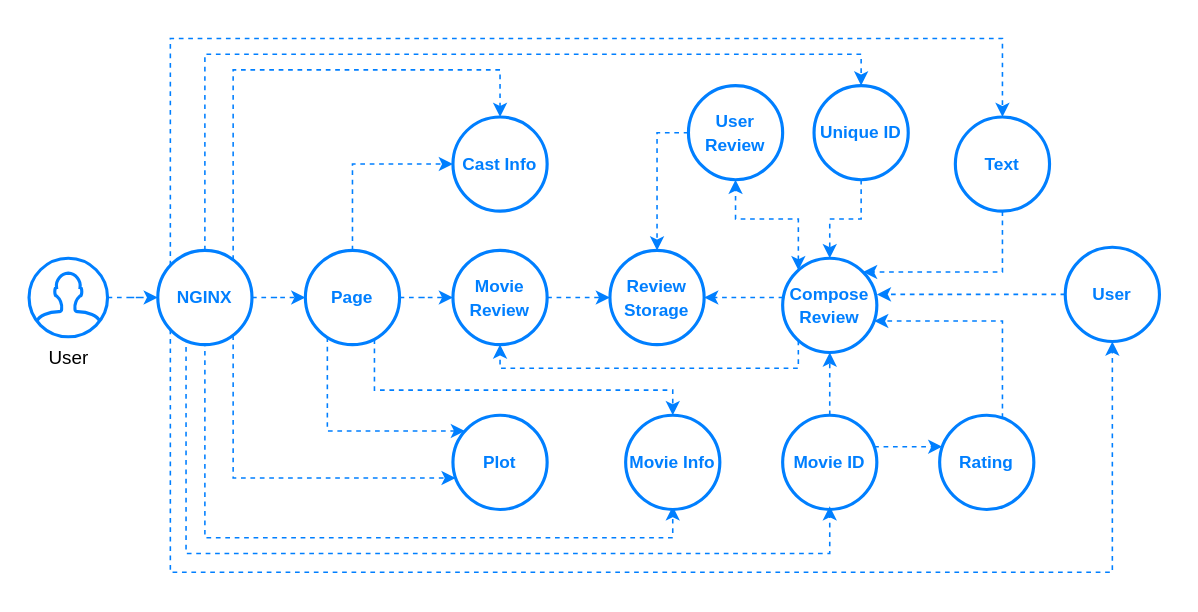
Earlier version of the draw.io diagram Media.drawio (danielfct/master-thesis). Source tidied: cells renumbered, new cells numbered last; positions are measured from the earlier drawing's top-left corner, leaving out a move shared by most shapes. Both pictures are drawn from the tidied source at 157%, with x=0, y=0 at pixel (28, 38). Pictures stored in the file or linked from it are replaced by grey dashed boxes.
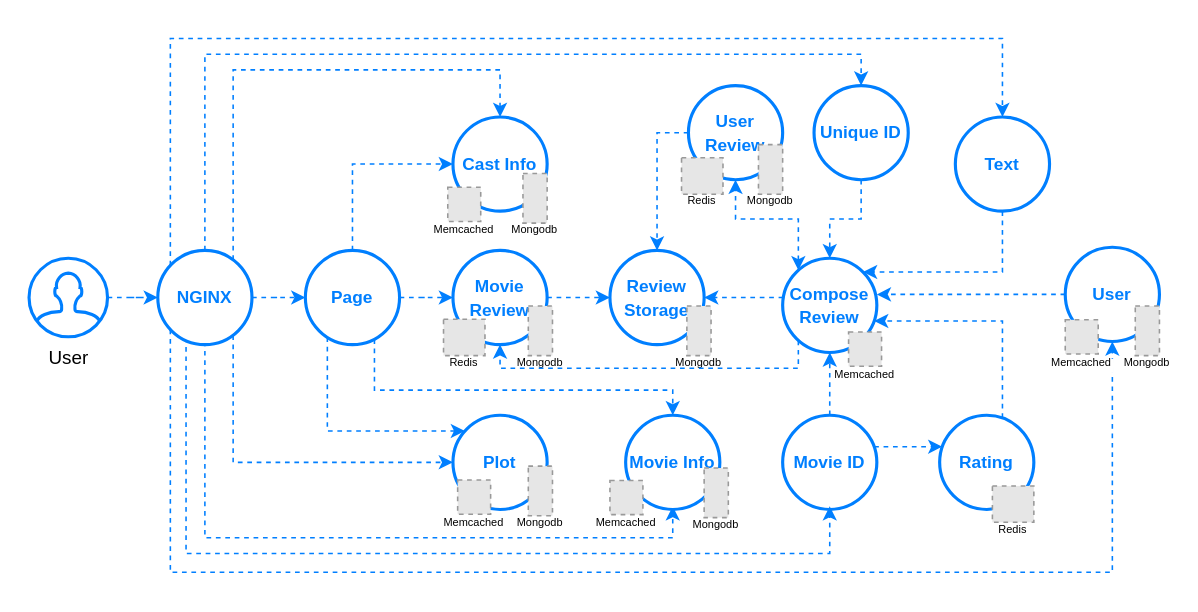
The same diagram, later.

The change refers to these unchanged cells:
```xml
<mxCell id="18" value="&lt;span style=&quot;font-size: 11px&quot;&gt;&lt;b&gt;&lt;font color=&quot;#007fff&quot;&gt;Compose Review&lt;/font&gt;&lt;/b&gt;&lt;/span&gt;" style="ellipse;whiteSpace=wrap;html=1;strokeWidth=2;strokeColor=#007FFF;" parent="1" vertex="1">
  <mxGeometry x="480" y="140" width="60" height="60" as="geometry" />
</mxCell>
<mxCell id="23" value="&lt;span style=&quot;font-size: 11px&quot;&gt;&lt;b&gt;&lt;font color=&quot;#007fff&quot;&gt;Movie Review&lt;/font&gt;&lt;/b&gt;&lt;/span&gt;" style="ellipse;whiteSpace=wrap;html=1;strokeWidth=2;strokeColor=#007FFF;" parent="1" vertex="1">
  <mxGeometry x="270" y="135" width="60" height="60" as="geometry" />
</mxCell>
<mxCell id="32" value="&lt;span style=&quot;font-size: 11px&quot;&gt;&lt;b&gt;&lt;font color=&quot;#007fff&quot;&gt;NGINX&lt;/font&gt;&lt;/b&gt;&lt;/span&gt;" style="ellipse;whiteSpace=wrap;html=1;strokeWidth=2;strokeColor=#007FFF;" parent="1" vertex="1">
  <mxGeometry x="82" y="135" width="60" height="60" as="geometry" />
</mxCell>
<mxCell id="34" value="&lt;span style=&quot;font-size: 11px&quot;&gt;&lt;b&gt;&lt;font color=&quot;#007fff&quot;&gt;Plot&lt;/font&gt;&lt;/b&gt;&lt;/span&gt;" style="ellipse;whiteSpace=wrap;html=1;strokeWidth=2;strokeColor=#007FFF;" parent="1" vertex="1">
  <mxGeometry x="270" y="240" width="60" height="60" as="geometry" />
</mxCell>
```

Diff of the diagram source:
```diff
@@
-    <mxCell id="17" style="edgeStyle=orthogonalEdgeStyle;rounded=0;jettySize=auto;html=1;dashed=1;strokeColor=#007FFF;" parent="1" edge="1" source="18" target="23">
-      <mxGeometry relative="1" as="geometry">
-        <Array as="points">
-          <mxPoint x="490" y="210" />
-          <mxPoint x="300" y="210" />
-        </Array>
-      </mxGeometry>
-    </mxCell>
@@
     <mxCell id="27" style="edgeStyle=orthogonalEdgeStyle;rounded=0;jettySize=auto;html=1;dashed=1;strokeColor=#007FFF;" parent="1" edge="1" source="32" target="34">
       <mxGeometry relative="1" as="geometry">
         <Array as="points">
-          <mxPoint x="130" y="280" />
+          <mxPoint x="130" y="270" />
         </Array>
       </mxGeometry>
     </mxCell>
@@
+    <mxCell id="41" value="Redis" style="fillColor=#E6E6E6;strokeColor=#999999;dashed=1;verticalLabelPosition=bottom;labelBackgroundColor=#ffffff;verticalAlign=top;spacing=-4;fontSize=7;" parent="1" vertex="1">
+      <mxGeometry x="613.6" y="285" width="26.4" height="23.2" as="geometry" />
+    </mxCell>
+    <mxCell id="42" value="Redis" style="fillColor=#E6E6E6;strokeColor=#999999;dashed=1;verticalLabelPosition=bottom;labelBackgroundColor=#ffffff;verticalAlign=top;spacing=-4;fontSize=7;" parent="1" vertex="1">
+      <mxGeometry x="415.6" y="76" width="26.4" height="23.2" as="geometry" />
+    </mxCell>
+    <mxCell id="43" value="Redis" style="fillColor=#E6E6E6;strokeColor=#999999;dashed=1;verticalLabelPosition=bottom;labelBackgroundColor=#ffffff;verticalAlign=top;spacing=-4;fontSize=7;" parent="1" vertex="1">
+      <mxGeometry x="264" y="178.8" width="26.4" height="23.2" as="geometry" />
+    </mxCell>
+    <mxCell id="44" value="Mongodb" style="fillColor=#E6E6E6;strokeColor=#999999;dashed=1;verticalLabelPosition=bottom;labelBackgroundColor=#ffffff;verticalAlign=top;spacing=-4;fontSize=7;" parent="1" vertex="1">
+      <mxGeometry x="430" y="273.6" width="15.4" height="31.6" as="geometry" />
+    </mxCell>
+    <mxCell id="45" value="Mongodb" style="fillColor=#E6E6E6;strokeColor=#999999;dashed=1;verticalLabelPosition=bottom;labelBackgroundColor=#ffffff;verticalAlign=top;spacing=-4;fontSize=7;" parent="1" vertex="1">
+      <mxGeometry x="704.6" y="170.4" width="15.4" height="31.6" as="geometry" />
+    </mxCell>
+    <mxCell id="46" value="Mongodb" style="fillColor=#E6E6E6;strokeColor=#999999;dashed=1;verticalLabelPosition=bottom;labelBackgroundColor=#ffffff;verticalAlign=top;spacing=-4;fontSize=7;" parent="1" vertex="1">
+      <mxGeometry x="419" y="170.4" width="15.4" height="31.6" as="geometry" />
+    </mxCell>
+    <mxCell id="47" value="Mongodb" style="fillColor=#E6E6E6;strokeColor=#999999;dashed=1;verticalLabelPosition=bottom;labelBackgroundColor=#ffffff;verticalAlign=top;spacing=-4;fontSize=7;" parent="1" vertex="1">
+      <mxGeometry x="464.6" y="67.6" width="15.4" height="31.6" as="geometry" />
+    </mxCell>
+    <mxCell id="48" value="Mongodb" style="fillColor=#E6E6E6;strokeColor=#999999;dashed=1;verticalLabelPosition=bottom;labelBackgroundColor=#ffffff;verticalAlign=top;spacing=-4;fontSize=7;" parent="1" vertex="1">
+      <mxGeometry x="318" y="170.4" width="15.4" height="31.6" as="geometry" />
+    </mxCell>
+    <mxCell id="17" style="edgeStyle=orthogonalEdgeStyle;rounded=0;jettySize=auto;html=1;dashed=1;strokeColor=#007FFF;" parent="1" edge="1" source="18" target="23">
+      <mxGeometry relative="1" as="geometry">
+        <Array as="points">
+          <mxPoint x="490" y="210" />
+          <mxPoint x="300" y="210" />
+        </Array>
+      </mxGeometry>
+    </mxCell>
+    <mxCell id="49" value="Mongodb" style="fillColor=#E6E6E6;strokeColor=#999999;dashed=1;verticalLabelPosition=bottom;labelBackgroundColor=#ffffff;verticalAlign=top;spacing=-4;fontSize=7;" parent="1" vertex="1">
+      <mxGeometry x="314.6" y="86" width="15.4" height="31.6" as="geometry" />
+    </mxCell>
+    <mxCell id="50" value="Mongodb" style="fillColor=#E6E6E6;strokeColor=#999999;dashed=1;verticalLabelPosition=bottom;labelBackgroundColor=#ffffff;verticalAlign=top;spacing=-4;fontSize=7;" parent="1" vertex="1">
+      <mxGeometry x="318" y="272.4" width="15.4" height="31.6" as="geometry" />
+    </mxCell>
+    <mxCell id="51" value="Memcached" style="fillColor=#E6E6E6;strokeColor=#999999;dashed=1;verticalLabelPosition=bottom;labelBackgroundColor=#ffffff;verticalAlign=top;fontSize=7;spacing=-3;" parent="1" vertex="1">
+      <mxGeometry x="660" y="179.2" width="21" height="21.8" as="geometry" />
+    </mxCell>
+    <mxCell id="52" value="Memcached" style="fillColor=#E6E6E6;strokeColor=#999999;dashed=1;verticalLabelPosition=bottom;labelBackgroundColor=#ffffff;verticalAlign=top;fontSize=7;spacing=-3;" parent="1" vertex="1">
+      <mxGeometry x="522" y="187" width="21" height="21.8" as="geometry" />
+    </mxCell>
+    <mxCell id="53" value="Memcached" style="fillColor=#E6E6E6;strokeColor=#999999;dashed=1;verticalLabelPosition=bottom;labelBackgroundColor=#ffffff;verticalAlign=top;fontSize=7;spacing=-3;" parent="1" vertex="1">
+      <mxGeometry x="266.7" y="94.8" width="21" height="21.8" as="geometry" />
+    </mxCell>
+    <mxCell id="54" value="Memcached" style="fillColor=#E6E6E6;strokeColor=#999999;dashed=1;verticalLabelPosition=bottom;labelBackgroundColor=#ffffff;verticalAlign=top;fontSize=7;spacing=-3;" parent="1" vertex="1">
+      <mxGeometry x="273" y="281.2" width="21" height="21.8" as="geometry" />
+    </mxCell>
+    <mxCell id="55" value="Memcached" style="fillColor=#E6E6E6;strokeColor=#999999;dashed=1;verticalLabelPosition=bottom;labelBackgroundColor=#ffffff;verticalAlign=top;fontSize=7;spacing=-3;" parent="1" vertex="1">
+      <mxGeometry x="370" y="281.5" width="21" height="21.8" as="geometry" />
+    </mxCell>
```
